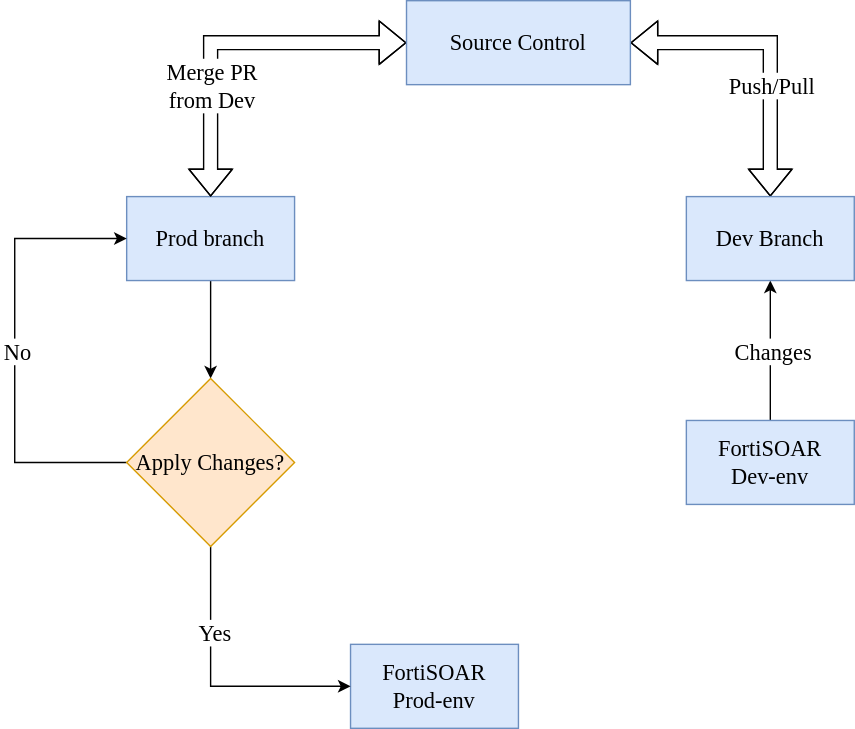
Earlier version of the draw.io export docs/res/ci-cd-flow.svg (testgithub080/solution-pack-cicd). Source tidied: cells renumbered, new cells last; positions are measured from the earlier drawing's top-left corner, leaving out a move shared by most shapes. The source it was exported from:
```xml
<mxGraphModel>
  <root>
    <mxCell id="0" />
    <mxCell id="1" parent="0" />
    <mxCell id="2" style="edgeStyle=orthogonalEdgeStyle;rounded=0;jettySize=auto;html=1;fontSize=16;" parent="1" edge="1" source="4" target="8">
      <mxGeometry relative="1" as="geometry" />
    </mxCell>
    <mxCell id="3" value="&lt;font face=&quot;Merriweather&quot;&gt;Changes&lt;/font&gt;" style="edgeLabel;html=1;align=center;verticalAlign=middle;fontSize=16;" parent="2" vertex="1">
      <mxGeometry y="-1" relative="1" as="geometry" />
    </mxCell>
    <mxCell id="4" value="&lt;div&gt;&lt;font style=&quot;font-size: 16px;&quot; face=&quot;Merriweather&quot;&gt;FortiSOAR&lt;/font&gt;&lt;/div&gt;&lt;div&gt;&lt;font style=&quot;font-size: 16px;&quot; face=&quot;Merriweather&quot;&gt;Dev-env&lt;br&gt;&lt;/font&gt;&lt;/div&gt;" style="rounded=0;whiteSpace=wrap;html=1;fillColor=#dae8fc;strokeColor=#6c8ebf;" parent="1" vertex="1">
      <mxGeometry x="480" y="300" width="120" height="60" as="geometry" />
    </mxCell>
    <mxCell id="5" value="&lt;div&gt;&lt;font style=&quot;font-size: 16px;&quot; face=&quot;Merriweather&quot;&gt;FortiSOAR&lt;/font&gt;&lt;/div&gt;&lt;div&gt;&lt;font style=&quot;font-size: 16px;&quot; face=&quot;Merriweather&quot;&gt;Prod-env&lt;br&gt;&lt;/font&gt;&lt;/div&gt;" style="rounded=0;whiteSpace=wrap;html=1;fillColor=#dae8fc;strokeColor=#6c8ebf;" parent="1" vertex="1">
      <mxGeometry x="240" y="460" width="120" height="60" as="geometry" />
    </mxCell>
    <mxCell id="6" style="edgeStyle=orthogonalEdgeStyle;rounded=0;jettySize=auto;html=1;exitX=0.5;exitY=0;exitDx=0;exitDy=0;entryX=1;entryY=0.5;entryDx=0;entryDy=0;fontFamily=Merriweather;fontSource=https%3A%2F%2Ffonts.googleapis.com%2Fcss%3Ffamily%3DMerriweather;fontSize=16;startArrow=classic;startFill=1;shape=flexArrow;" parent="1" edge="1" source="8" target="13">
      <mxGeometry relative="1" as="geometry" />
    </mxCell>
    <mxCell id="7" value="&lt;div&gt;Push/Pull&lt;/div&gt;" style="edgeLabel;html=1;align=center;verticalAlign=middle;fontSize=16;fontFamily=Merriweather;" parent="6" vertex="1">
      <mxGeometry x="-0.03" y="-1" relative="1" as="geometry">
        <mxPoint x="-1" y="22" as="offset" />
      </mxGeometry>
    </mxCell>
    <mxCell id="8" value="&lt;div&gt;&lt;font style=&quot;font-size: 16px;&quot; face=&quot;Merriweather&quot;&gt;Dev Branch&lt;br&gt;&lt;/font&gt;&lt;/div&gt;" style="rounded=0;whiteSpace=wrap;html=1;fillColor=#dae8fc;strokeColor=#6c8ebf;" parent="1" vertex="1">
      <mxGeometry x="480" y="140" width="120" height="60" as="geometry" />
    </mxCell>
    <mxCell id="9" style="edgeStyle=orthogonalEdgeStyle;rounded=0;jettySize=auto;html=1;exitX=0.5;exitY=1;exitDx=0;exitDy=0;entryX=0.5;entryY=0;entryDx=0;entryDy=0;fontFamily=Merriweather;fontSource=https%3A%2F%2Ffonts.googleapis.com%2Fcss%3Ffamily%3DMerriweather;fontSize=16;startArrow=none;startFill=0;" parent="1" edge="1" source="10" target="18">
      <mxGeometry relative="1" as="geometry" />
    </mxCell>
    <mxCell id="10" value="&lt;div&gt;&lt;font style=&quot;font-size: 16px;&quot; face=&quot;Merriweather&quot;&gt;Prod branch&lt;br&gt;&lt;/font&gt;&lt;/div&gt;" style="rounded=0;whiteSpace=wrap;html=1;fillColor=#dae8fc;strokeColor=#6c8ebf;" parent="1" vertex="1">
      <mxGeometry x="80" y="140" width="120" height="60" as="geometry" />
    </mxCell>
    <mxCell id="11" style="edgeStyle=orthogonalEdgeStyle;rounded=0;jettySize=auto;html=1;exitX=0;exitY=0.5;exitDx=0;exitDy=0;entryX=0.5;entryY=0;entryDx=0;entryDy=0;fontFamily=Merriweather;fontSource=https%3A%2F%2Ffonts.googleapis.com%2Fcss%3Ffamily%3DMerriweather;fontSize=16;startArrow=classic;startFill=1;shape=flexArrow;" parent="1" edge="1" source="13" target="10">
      <mxGeometry relative="1" as="geometry" />
    </mxCell>
    <mxCell id="12" value="&lt;div&gt;Merge PR&lt;/div&gt;&lt;div&gt;from Dev&lt;/div&gt;" style="edgeLabel;html=1;align=center;verticalAlign=middle;fontSize=16;fontFamily=Merriweather;" parent="11" vertex="1">
      <mxGeometry x="0.46" relative="1" as="geometry">
        <mxPoint y="-13" as="offset" />
      </mxGeometry>
    </mxCell>
    <mxCell id="13" value="&lt;div&gt;&lt;font style=&quot;font-size: 16px;&quot; face=&quot;Merriweather&quot;&gt;Source Control&lt;/font&gt;&lt;/div&gt;" style="rounded=0;whiteSpace=wrap;html=1;fillColor=#dae8fc;strokeColor=#6c8ebf;" parent="1" vertex="1">
      <mxGeometry x="280" width="160" height="60" as="geometry" />
    </mxCell>
    <mxCell id="14" style="edgeStyle=orthogonalEdgeStyle;rounded=0;jettySize=auto;html=1;exitX=0.5;exitY=1;exitDx=0;exitDy=0;entryX=0;entryY=0.5;entryDx=0;entryDy=0;fontFamily=Merriweather;fontSource=https%3A%2F%2Ffonts.googleapis.com%2Fcss%3Ffamily%3DMerriweather;fontSize=16;startArrow=none;startFill=0;" parent="1" edge="1" source="18" target="5">
      <mxGeometry relative="1" as="geometry" />
    </mxCell>
    <mxCell id="15" value="Yes" style="edgeLabel;html=1;align=center;verticalAlign=middle;fontSize=16;fontFamily=Merriweather;" parent="14" vertex="1">
      <mxGeometry x="-0.39" y="2" relative="1" as="geometry" />
    </mxCell>
    <mxCell id="16" style="edgeStyle=orthogonalEdgeStyle;rounded=0;jettySize=auto;html=1;exitX=0;exitY=0.5;exitDx=0;exitDy=0;fontFamily=Merriweather;fontSource=https%3A%2F%2Ffonts.googleapis.com%2Fcss%3Ffamily%3DMerriweather;fontSize=16;startArrow=none;startFill=0;entryX=0;entryY=0.5;entryDx=0;entryDy=0;" parent="1" edge="1" source="18" target="10">
      <mxGeometry relative="1" as="geometry">
        <Array as="points">
          <mxPoint y="330" />
          <mxPoint y="170" />
        </Array>
      </mxGeometry>
    </mxCell>
    <mxCell id="17" value="No" style="edgeLabel;html=1;align=center;verticalAlign=middle;fontSize=16;fontFamily=Merriweather;" parent="16" vertex="1">
      <mxGeometry x="-0.13" y="-1" relative="1" as="geometry">
        <mxPoint y="-21" as="offset" />
      </mxGeometry>
    </mxCell>
    <mxCell id="18" value="&lt;font style=&quot;font-size: 16px;&quot; face=&quot;Merriweather&quot;&gt;Apply Changes?&lt;/font&gt;" style="rhombus;whiteSpace=wrap;html=1;fontFamily=Merriweather;fontSource=https%3A%2F%2Ffonts.googleapis.com%2Fcss%3Ffamily%3DMerriweather;fontSize=16;fillColor=#ffe6cc;strokeColor=#d79b00;" parent="1" vertex="1">
      <mxGeometry x="80" y="270" width="120" height="120" as="geometry" />
    </mxCell>
  </root>
</mxGraphModel>
```
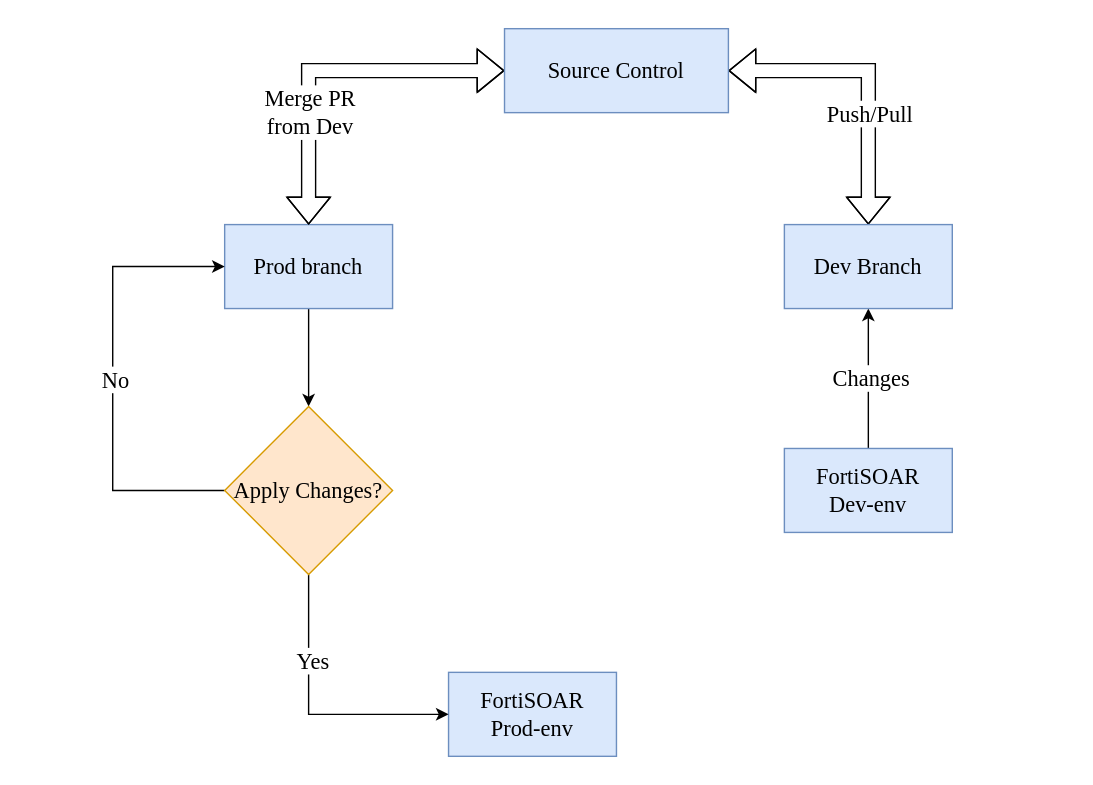
The same file after the commit.

Commit message:
Added additional topics - Working with Source Control and Continuous Delivery - Best Practices - Added SFSP dependency - Setup a staging environment - Removed transparency from flow diagrams

What changed in the source:
```diff
@@ -2,6 +2,9 @@
   <root>
     <mxCell id="0" />
     <mxCell id="1" parent="0" />
+    <mxCell id="19" style="rounded=0;whiteSpace=wrap;html=1;strokeColor=none;" parent="1" vertex="1">
+      <mxGeometry x="-80" y="-20" width="780" height="560" as="geometry" />
+    </mxCell>
     <mxCell id="2" style="edgeStyle=orthogonalEdgeStyle;rounded=0;jettySize=auto;html=1;fontSize=16;" parent="1" edge="1" source="4" target="8">
       <mxGeometry relative="1" as="geometry" />
     </mxCell>
```
